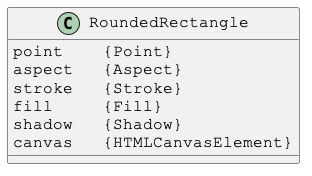
Above: docs/PlantUml/image/RoundedRectangle.png in Justin-Byrne/canvasLab (PlantUML), before the change.
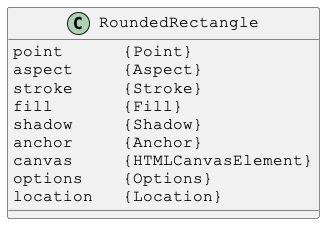
Above is the later version.

Diff of the diagram source:
```diff
@@ -4,12 +4,15 @@
 skinparam DefaultFontName Courier New
 
 class RoundedRectangle {
-point    {Point}
-aspect   {Aspect}
-stroke   {Stroke}
-fill     {Fill}
-shadow   {Shadow}
-canvas   {HTMLCanvasElement}
+point      {Point}
+aspect     {Aspect}
+stroke     {Stroke}
+fill       {Fill}
+shadow     {Shadow}
+anchor     {Anchor}
+canvas     {HTMLCanvasElement}
+options    {Options}
+location   {Location}
 }
 
 @enduml
```
